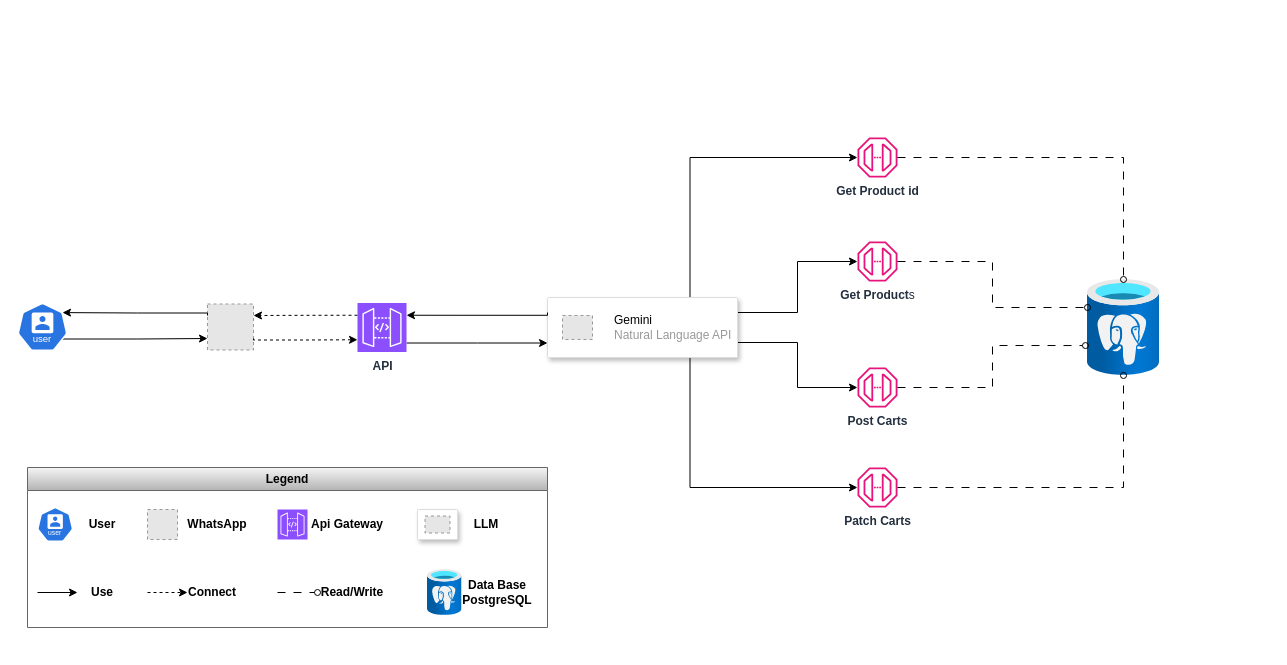
Earlier version of the draw.io diagram page "C&C- General" (1 of 4) of Design diagram.drawio (Nahuel7978/SellerBot). Source tidied: cells renumbered, new cells numbered last; positions are measured from the earlier drawing's top-left corner, leaving out a move shared by most shapes. Both pictures are drawn from the tidied source at 100%, with x=0, y=0 at pixel (17, 137). Pictures stored in the file or linked from it are replaced by grey dashed boxes.
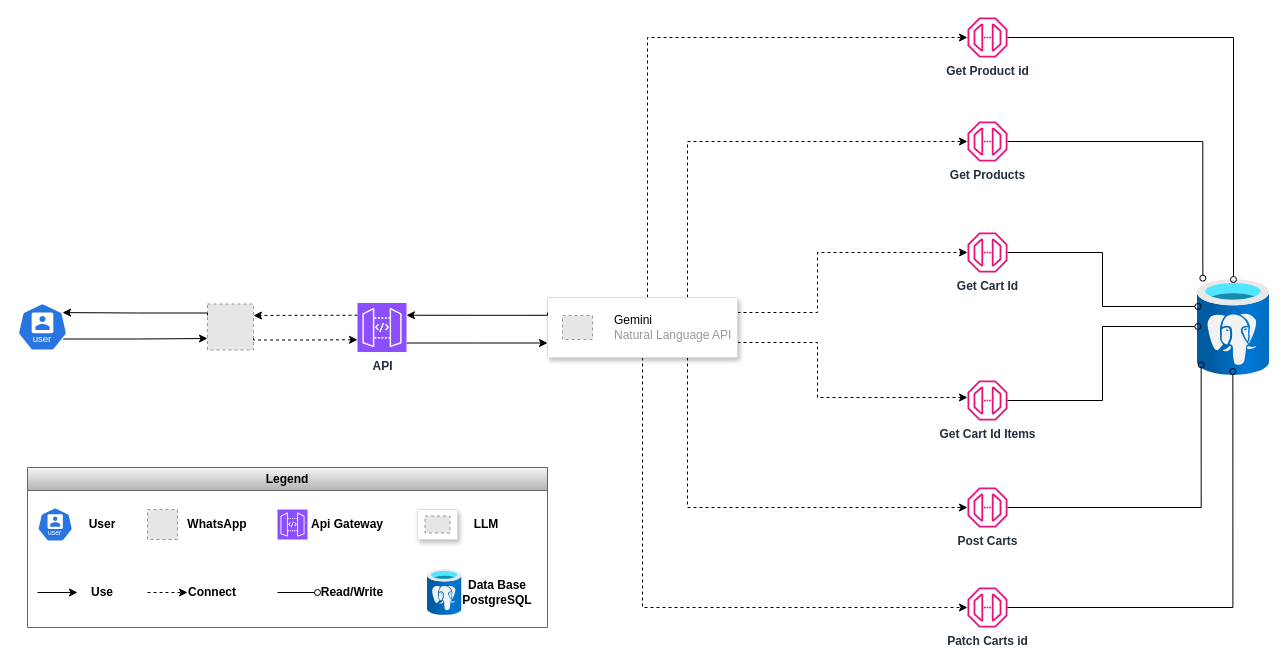
Above is the later version.

The change refers to these unchanged cells:
```xml
<mxCell id="14" style="fillColor=#ffffff;strokeColor=#dddddd;shadow=1;strokeWidth=1;rounded=1;absoluteArcSize=1;arcSize=2;" parent="1" vertex="1">
  <mxGeometry x="530" y="160" width="190" height="60" as="geometry" />
</mxCell>
<mxCell id="26" value="Legend" style="swimlane;whiteSpace=wrap;html=1;fillColor=#f5f5f5;strokeColor=#666666;gradientColor=#b3b3b3;" parent="1" vertex="1">
  <mxGeometry x="10" y="330" width="520" height="160" as="geometry" />
</mxCell>
<mxCell id="41" value="&lt;b&gt;Read/Write&lt;/b&gt;" style="text;html=1;whiteSpace=wrap;strokeColor=none;fillColor=none;align=center;verticalAlign=middle;rounded=0;" parent="26" vertex="1">
  <mxGeometry x="290" y="110" width="70" height="30" as="geometry" />
</mxCell>
```

What changed in the source:
```diff
@@
+    <mxCell id="13" style="edgeStyle=orthogonalEdgeStyle;rounded=0;jettySize=auto;html=1;dashed=1;" parent="1" edge="1" source="14" target="17">
+      <mxGeometry relative="1" as="geometry">
+        <Array as="points">
+          <mxPoint x="630" y="-100" />
+        </Array>
+      </mxGeometry>
+    </mxCell>
+    <mxCell id="12" style="edgeStyle=orthogonalEdgeStyle;rounded=0;jettySize=auto;html=1;dashed=1;" parent="1" edge="1" source="14" target="18">
+      <mxGeometry relative="1" as="geometry">
+        <Array as="points">
+          <mxPoint x="670" y="4" />
+        </Array>
+      </mxGeometry>
+    </mxCell>
+    <mxCell id="49" style="edgeStyle=orthogonalEdgeStyle;rounded=0;jettySize=auto;html=1;exitX=1;exitY=0.25;exitDx=0;exitDy=0;dashed=1;" parent="1" edge="1" source="14" target="51">
+      <mxGeometry relative="1" as="geometry">
+        <Array as="points">
+          <mxPoint x="800" y="175" />
+          <mxPoint x="800" y="115" />
+        </Array>
+      </mxGeometry>
+    </mxCell>
+    <mxCell id="50" style="edgeStyle=orthogonalEdgeStyle;rounded=0;jettySize=auto;html=1;exitX=1;exitY=0.75;exitDx=0;exitDy=0;dashed=1;" parent="1" edge="1" source="14" target="52">
+      <mxGeometry relative="1" as="geometry">
+        <Array as="points">
+          <mxPoint x="800" y="205" />
+          <mxPoint x="800" y="260" />
+          <mxPoint x="970" y="260" />
+        </Array>
+      </mxGeometry>
+    </mxCell>
+    <mxCell id="11" style="edgeStyle=orthogonalEdgeStyle;rounded=0;jettySize=auto;html=1;dashed=1;" parent="1" edge="1" source="14" target="19">
+      <mxGeometry relative="1" as="geometry">
+        <Array as="points">
+          <mxPoint x="670" y="370" />
+        </Array>
+      </mxGeometry>
+    </mxCell>
-    <mxCell id="10" style="edgeStyle=orthogonalEdgeStyle;rounded=0;jettySize=auto;html=1;exitX=0.75;exitY=1;exitDx=0;exitDy=0;" parent="1" edge="1" source="14" target="20">
+    <mxCell id="10" style="edgeStyle=orthogonalEdgeStyle;rounded=0;jettySize=auto;html=1;dashed=1;" parent="1" edge="1" source="14" target="20">
       <mxGeometry relative="1" as="geometry">
         <Array as="points">
-          <mxPoint x="673" y="350" />
+          <mxPoint x="625" y="470" />
         </Array>
       </mxGeometry>
     </mxCell>
-    <mxCell id="11" style="edgeStyle=orthogonalEdgeStyle;rounded=0;jettySize=auto;html=1;exitX=1;exitY=0.75;exitDx=0;exitDy=0;" parent="1" edge="1" source="14" target="19">
-      <mxGeometry relative="1" as="geometry">
-        <Array as="points">
-          <mxPoint x="780" y="205" />
-          <mxPoint x="780" y="250" />
-        </Array>
-      </mxGeometry>
-    </mxCell>
-    <mxCell id="12" style="edgeStyle=orthogonalEdgeStyle;rounded=0;jettySize=auto;html=1;exitX=1;exitY=0.25;exitDx=0;exitDy=0;" parent="1" edge="1" source="14" target="18">
-      <mxGeometry relative="1" as="geometry">
-        <Array as="points">
-          <mxPoint x="780" y="175" />
-          <mxPoint x="780" y="124" />
-        </Array>
-      </mxGeometry>
-    </mxCell>
-    <mxCell id="13" style="edgeStyle=orthogonalEdgeStyle;rounded=0;jettySize=auto;html=1;exitX=0.75;exitY=0;exitDx=0;exitDy=0;" parent="1" edge="1" source="14" target="17">
-      <mxGeometry relative="1" as="geometry">
-        <Array as="points">
-          <mxPoint x="673" y="20" />
-        </Array>
-      </mxGeometry>
-    </mxCell>
@@
     <mxCell id="17" value="&lt;b&gt;Get Product id&lt;/b&gt;" style="sketch=0;outlineConnect=0;fontColor=#232F3E;gradientColor=none;fillColor=#E7157B;strokeColor=none;dashed=0;verticalLabelPosition=bottom;verticalAlign=top;align=center;html=1;fontSize=12;fontStyle=0;shape=mxgraph.aws4.endpoint;" parent="1" vertex="1">
-      <mxGeometry x="840" width="40" height="40" as="geometry" />
+      <mxGeometry x="950" y="-120" width="40" height="40" as="geometry" />
     </mxCell>
-    <mxCell id="18" value="&lt;b&gt;Get Product&lt;/b&gt;s" style="sketch=0;outlineConnect=0;fontColor=#232F3E;gradientColor=none;fillColor=#E7157B;strokeColor=none;dashed=0;verticalLabelPosition=bottom;verticalAlign=top;align=center;html=1;fontSize=12;fontStyle=0;shape=mxgraph.aws4.endpoint;" parent="1" vertex="1">
-      <mxGeometry x="840" y="104" width="40" height="40" as="geometry" />
+    <mxCell id="18" value="&lt;b&gt;Get Products&lt;/b&gt;" style="sketch=0;outlineConnect=0;fontColor=#232F3E;gradientColor=none;fillColor=#E7157B;strokeColor=none;dashed=0;verticalLabelPosition=bottom;verticalAlign=top;align=center;html=1;fontSize=12;fontStyle=0;shape=mxgraph.aws4.endpoint;" parent="1" vertex="1">
+      <mxGeometry x="950" y="-16" width="40" height="40" as="geometry" />
     </mxCell>
     <mxCell id="19" value="&lt;b&gt;Post Carts&lt;/b&gt;" style="sketch=0;outlineConnect=0;fontColor=#232F3E;gradientColor=none;fillColor=#E7157B;strokeColor=none;dashed=0;verticalLabelPosition=bottom;verticalAlign=top;align=center;html=1;fontSize=12;fontStyle=0;shape=mxgraph.aws4.endpoint;" parent="1" vertex="1">
-      <mxGeometry x="840" y="230" width="40" height="40" as="geometry" />
+      <mxGeometry x="950" y="350" width="40" height="40" as="geometry" />
     </mxCell>
-    <mxCell id="20" value="&lt;b&gt;Patch&amp;nbsp;Carts&lt;/b&gt;" style="sketch=0;outlineConnect=0;fontColor=#232F3E;gradientColor=none;fillColor=#E7157B;strokeColor=none;dashed=0;verticalLabelPosition=bottom;verticalAlign=top;align=center;html=1;fontSize=12;fontStyle=0;shape=mxgraph.aws4.endpoint;" parent="1" vertex="1">
-      <mxGeometry x="840" y="330" width="40" height="40" as="geometry" />
+    <mxCell id="20" value="&lt;b&gt;Patch&amp;nbsp;Carts&lt;/b&gt;&amp;nbsp;&lt;b&gt;id&lt;/b&gt;" style="sketch=0;outlineConnect=0;fontColor=#232F3E;gradientColor=none;fillColor=#E7157B;strokeColor=none;dashed=0;verticalLabelPosition=bottom;verticalAlign=top;align=center;html=1;fontSize=12;fontStyle=0;shape=mxgraph.aws4.endpoint;" parent="1" vertex="1">
+      <mxGeometry x="950" y="450" width="40" height="40" as="geometry" />
     </mxCell>
     <mxCell id="21" style="image;html=1;points=[];align=center;fontSize=12;image=img/lib/azure2/databases/Azure_Database_PostgreSQL_Server.svg;" parent="1" vertex="1">
-      <mxGeometry x="1070" y="142" width="72" height="96" as="geometry" />
+      <mxGeometry x="1180" y="142" width="72" height="96" as="geometry" />
     </mxCell>
-    <mxCell id="22" style="edgeStyle=orthogonalEdgeStyle;rounded=0;jettySize=auto;html=1;endArrow=oval;endFill=0;dashed=1;dashPattern=8 8;" parent="1" edge="1" source="17" target="21">
-      <mxGeometry relative="1" as="geometry" />
-    </mxCell>
-    <mxCell id="23" style="edgeStyle=orthogonalEdgeStyle;rounded=0;jettySize=auto;html=1;dashed=1;dashPattern=8 8;endArrow=oval;endFill=0;" parent="1" edge="1" source="18" target="21">
-      <mxGeometry relative="1" as="geometry">
-        <Array as="points">
-          <mxPoint x="975" y="124" />
-          <mxPoint x="975" y="170" />
-        </Array>
-      </mxGeometry>
-    </mxCell>
-    <mxCell id="24" style="edgeStyle=orthogonalEdgeStyle;rounded=0;jettySize=auto;html=1;dashed=1;dashPattern=8 8;endArrow=oval;endFill=0;" parent="1" edge="1" source="20" target="21">
-      <mxGeometry relative="1" as="geometry" />
-    </mxCell>
-    <mxCell id="25" style="edgeStyle=orthogonalEdgeStyle;rounded=0;jettySize=auto;html=1;entryX=-0.028;entryY=0.688;entryDx=0;entryDy=0;entryPerimeter=0;dashed=1;dashPattern=8 8;endArrow=oval;endFill=0;" parent="1" edge="1" source="19" target="21">
-      <mxGeometry relative="1" as="geometry" />
-    </mxCell>
@@
-    <mxCell id="40" style="endArrow=oval;html=1;rounded=0;entryX=0;entryY=0.5;entryDx=0;entryDy=0;dashed=1;endFill=0;dashPattern=8 8;" parent="26" edge="1" target="41">
+    <mxCell id="40" style="endArrow=oval;html=1;rounded=0;entryX=0;entryY=0.5;entryDx=0;entryDy=0;endFill=0;" parent="26" edge="1" target="41">
       <mxGeometry relative="1" as="geometry">
         <mxPoint x="250" y="125" as="sourcePoint" />
       </mxGeometry>
     </mxCell>
@@
+    <mxCell id="51" value="&lt;b&gt;Get Cart Id&lt;/b&gt;" style="sketch=0;outlineConnect=0;fontColor=#232F3E;gradientColor=none;fillColor=#E7157B;strokeColor=none;dashed=0;verticalLabelPosition=bottom;verticalAlign=top;align=center;html=1;fontSize=12;fontStyle=0;shape=mxgraph.aws4.endpoint;" parent="1" vertex="1">
+      <mxGeometry x="950" y="95" width="40" height="40" as="geometry" />
+    </mxCell>
+    <mxCell id="52" value="&lt;b&gt;Get Cart Id&lt;/b&gt;&amp;nbsp;&lt;b&gt;Items&lt;/b&gt;" style="sketch=0;outlineConnect=0;fontColor=#232F3E;gradientColor=none;fillColor=#E7157B;strokeColor=none;dashed=0;verticalLabelPosition=bottom;verticalAlign=top;align=center;html=1;fontSize=12;fontStyle=0;shape=mxgraph.aws4.endpoint;" parent="1" vertex="1">
+      <mxGeometry x="950" y="243" width="40" height="40" as="geometry" />
+    </mxCell>
+    <mxCell id="22" style="edgeStyle=orthogonalEdgeStyle;rounded=0;jettySize=auto;html=1;endArrow=oval;endFill=0;" parent="1" edge="1" source="17" target="21">
+      <mxGeometry relative="1" as="geometry" />
+    </mxCell>
+    <mxCell id="23" style="edgeStyle=orthogonalEdgeStyle;rounded=0;jettySize=auto;html=1;entryX=0.074;entryY=-0.014;entryDx=0;entryDy=0;entryPerimeter=0;endArrow=oval;endFill=0;" parent="1" edge="1" source="18" target="21">
+      <mxGeometry relative="1" as="geometry" />
+    </mxCell>
+    <mxCell id="53" style="edgeStyle=orthogonalEdgeStyle;rounded=0;jettySize=auto;html=1;entryX=0.005;entryY=0.281;entryDx=0;entryDy=0;entryPerimeter=0;endArrow=oval;endFill=0;" parent="1" edge="1" source="51" target="21">
+      <mxGeometry relative="1" as="geometry" />
+    </mxCell>
+    <mxCell id="54" style="edgeStyle=orthogonalEdgeStyle;rounded=0;jettySize=auto;html=1;entryX=0.005;entryY=0.49;entryDx=0;entryDy=0;entryPerimeter=0;endArrow=oval;endFill=0;" parent="1" edge="1" source="52" target="21">
+      <mxGeometry relative="1" as="geometry" />
+    </mxCell>
+    <mxCell id="25" style="edgeStyle=orthogonalEdgeStyle;rounded=0;jettySize=auto;html=1;entryX=0.051;entryY=0.889;entryDx=0;entryDy=0;entryPerimeter=0;endArrow=oval;endFill=0;" parent="1" edge="1" source="19" target="21">
+      <mxGeometry relative="1" as="geometry" />
+    </mxCell>
+    <mxCell id="24" style="edgeStyle=orthogonalEdgeStyle;rounded=0;jettySize=auto;html=1;entryX=0.491;entryY=0.958;entryDx=0;entryDy=0;entryPerimeter=0;endArrow=oval;endFill=0;" parent="1" edge="1" source="20" target="21">
+      <mxGeometry relative="1" as="geometry" />
+    </mxCell>
```
